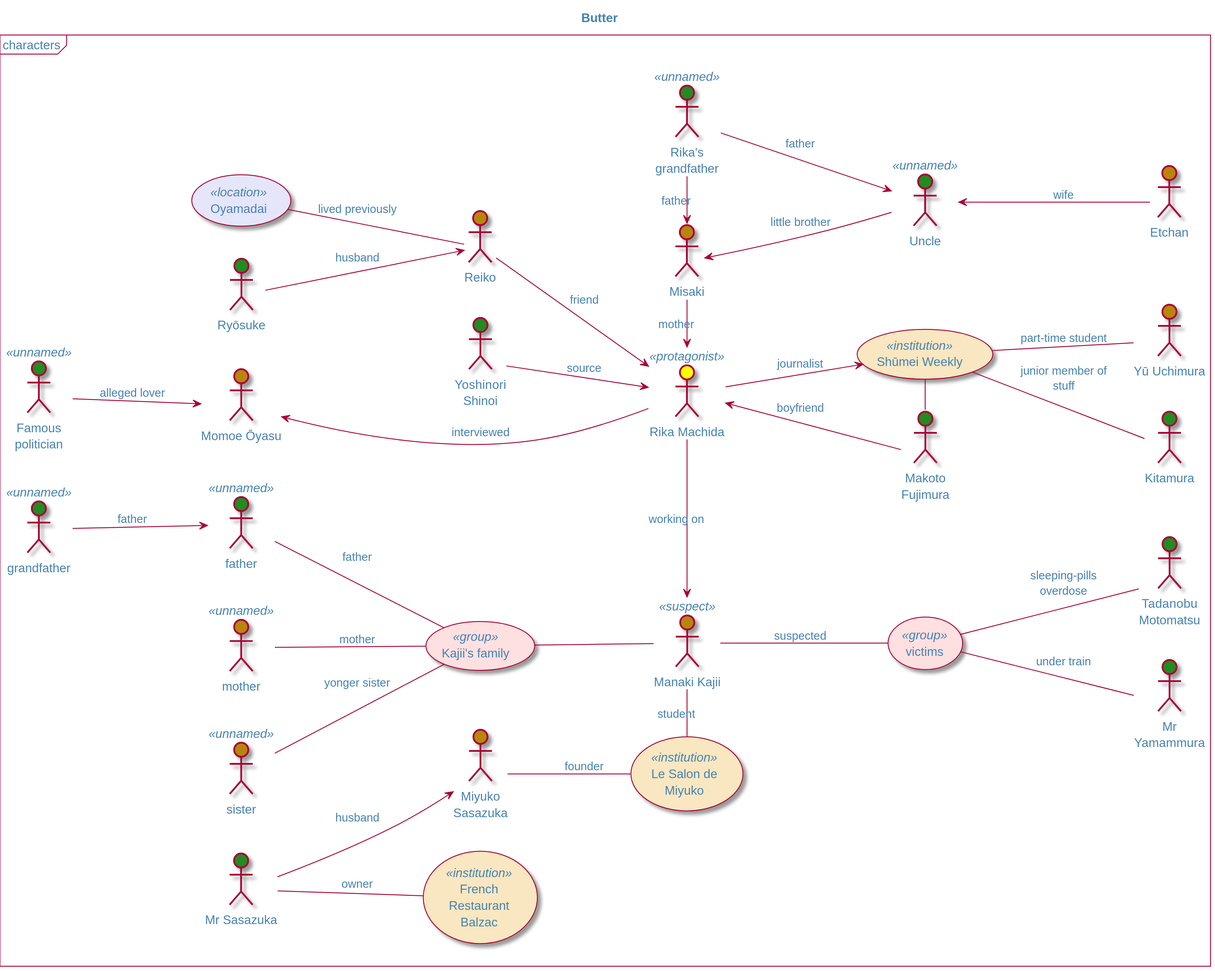
olek3/reading keeps this PlantUML diagram as Butter/butter-Butter.svg. Above is the earlier version.
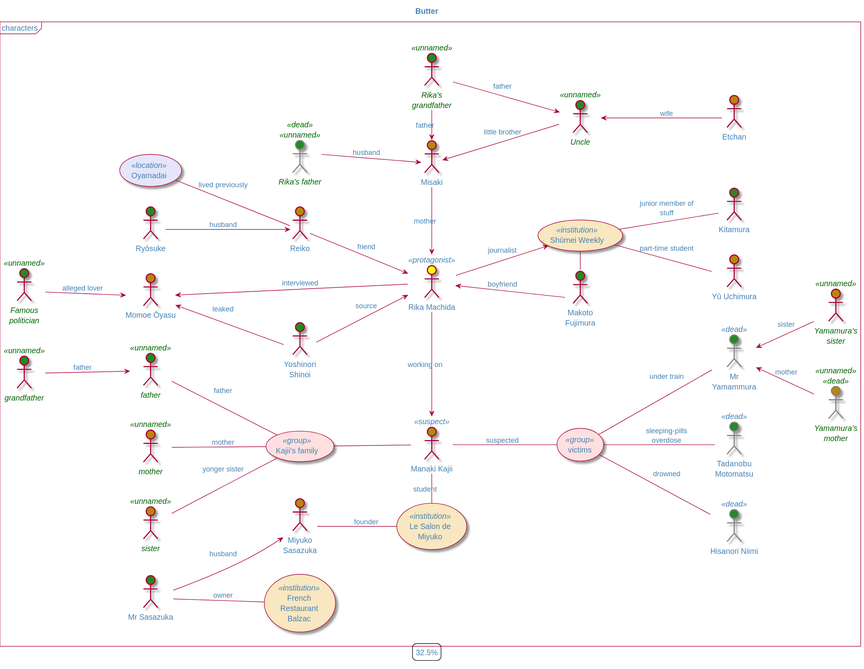
Above is the later version.

What changed in the source:
```diff
@@ -3,8 +3,13 @@
 
 !include $stylePath/reading.iuml
 
+skinparam actor<<dead>>bordercolor gray
+skinparam actor<<unnamed>>fontcolor darkgreen
+skinparam actor<<unnamed>>fontstyle italic
+
 title Butter
 mainframe characters
+legend : 32.5%
 
 :Rika Machida: as rika <<protagonist>> $female_protagonist
 :Reiko: as reiko $female
@@ -46,6 +51,7 @@
 :Yoshinori Shinoi: as  shinoi $male
 shinoi --> rika : source
 
+
 (Shūmei Weekly) as magazine <<institution>>
 rika --> magazine : journalist
 
@@ -74,11 +80,11 @@
 (victims) <<group>>
 
 manaki -- (victims) : suspected
-:Mr Yamammura: as yamamura $male
+:Mr Yamammura: as yamamura <<dead>> $male
 
 (victims) -- yamamura : under train
 
-:Tadanobu Motomatsu: $male
+:Tadanobu Motomatsu: <<dead>> $male
 (victims) -- :Tadanobu Motomatsu: : sleeping-pills overdose
 
 :Uncle: as uncle <<unnamed>> $male
@@ -93,8 +99,23 @@
 
 :Momoe Ōyasu: as oyasu $female
 
+oyasu <-- shinoi : leaked
+
 oyasu <--- rika : interviewed
 :Famous politician: as politician <<unnamed>> $male
 
 politician--> oyasu : alleged lover
+
+:Hisanori Niimi: as niimi <<dead>>$male
+victims -- niimi : drowned
+
+:Yamamura's sister: as ySister <<unnamed>> $female
+:Yamamura's mother: as yMother <<unnamed>> <<dead>> $female
+
+yamamura <-- ySister : sister
+yamamura <-- yMother : mother
+
+:Rika's father: as rFather <<dead>><<unnamed>> $male
+
+rFather --> Misaki : husband
 @enduml
```
